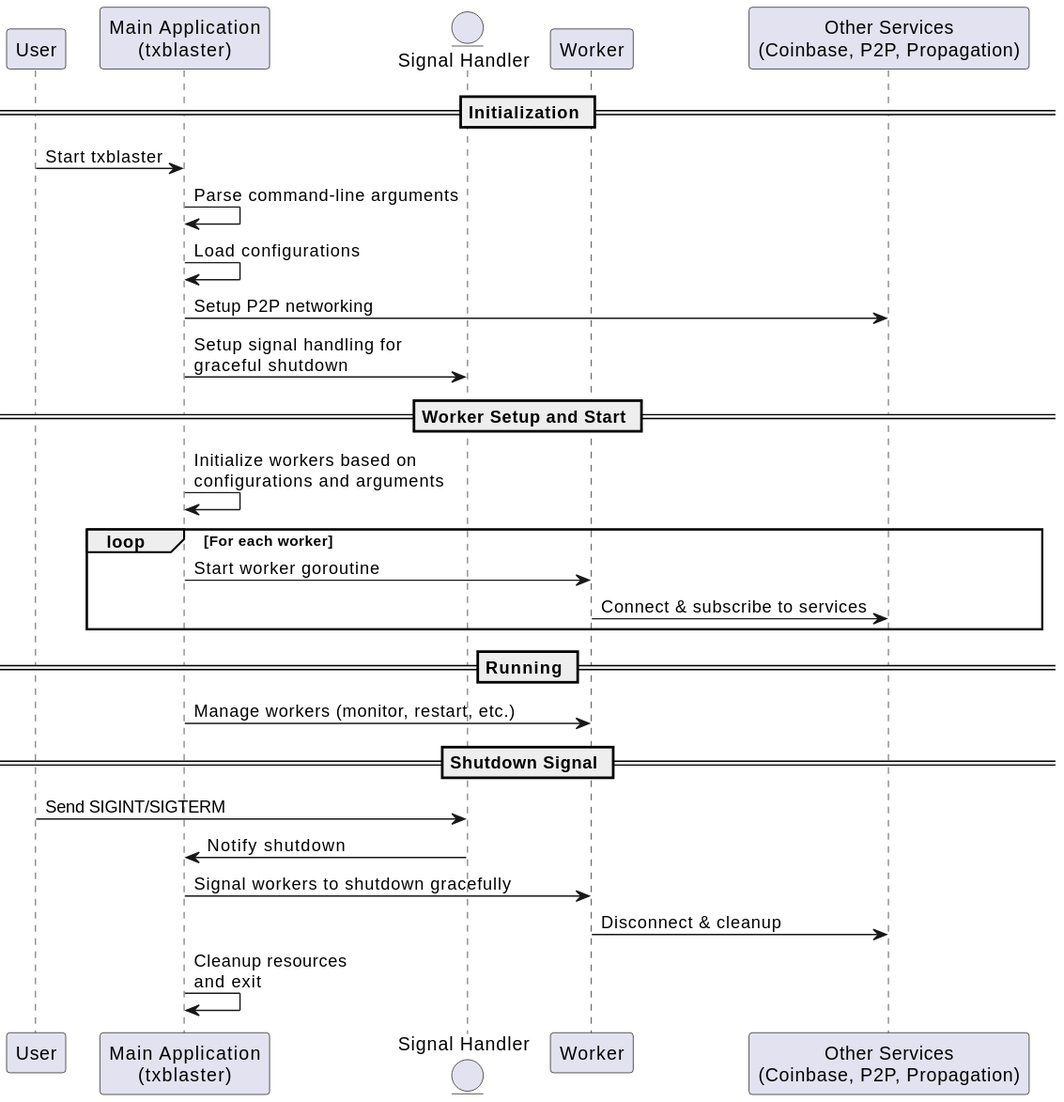
Before: docs/commands/img/plantuml/tx_blaster_main.svg, a diagram exported from PlantUML (freemans13/teranode). Its source is kept beside it as docs/commands/img/plantuml/tx_blaster_main.puml.
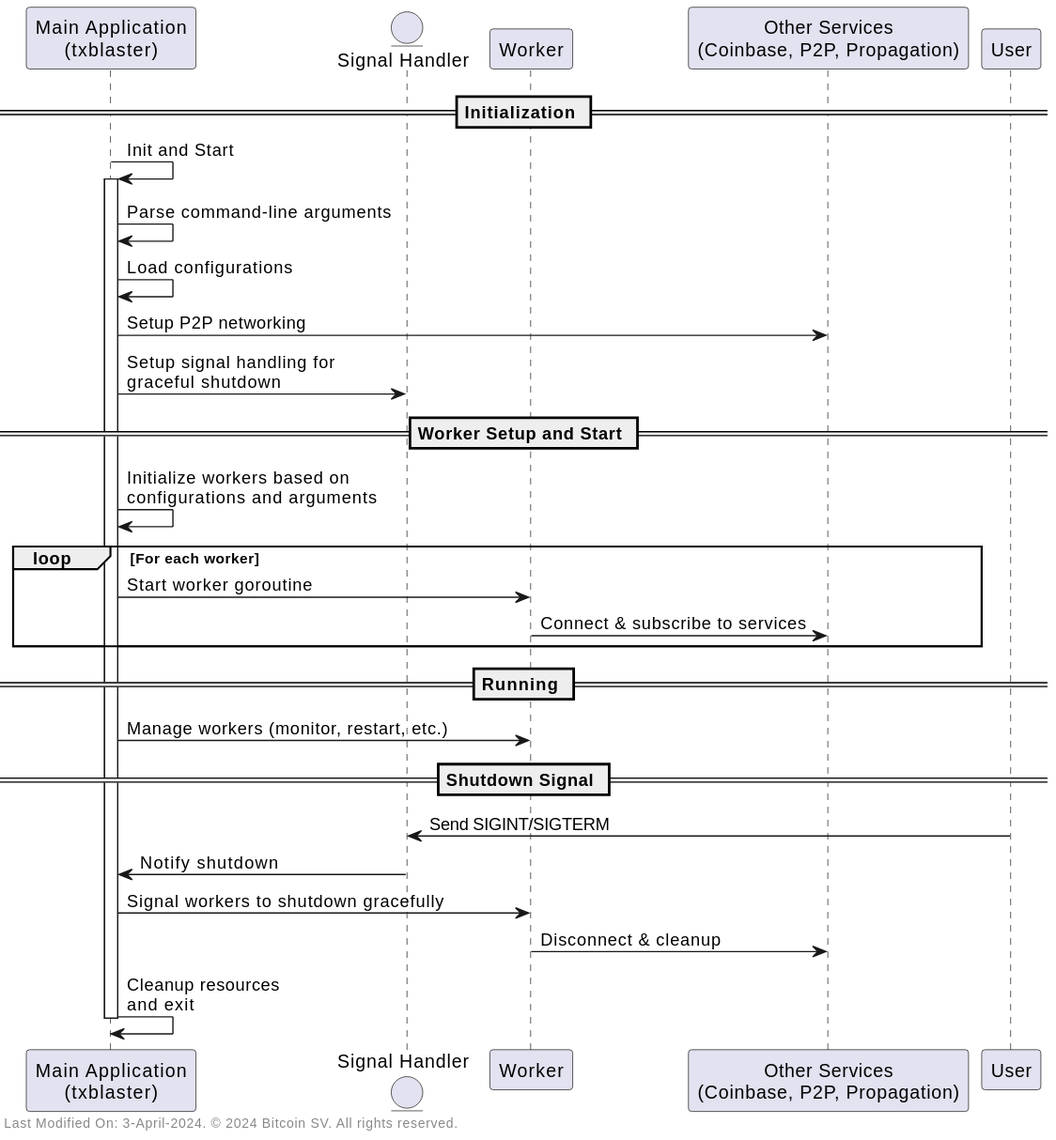
After the commit.

Change to the diagram source:
```diff
@@ -1,13 +1,13 @@
 @startuml txblaster Initialization and Worker Management
 
-participant User
 participant "Main Application\n(txblaster)" as MainApp
 entity "Signal Handler" as SignalHandler
 participant Worker
 participant "Other Services\n(Coinbase, P2P, Propagation)" as ExternalServices
 
 == Initialization ==
-User -> MainApp : Start txblaster
+MainApp -> MainApp : Init and Start
+activate MainApp
 MainApp -> MainApp : Parse command-line arguments
 MainApp -> MainApp : Load configurations
 MainApp -> ExternalServices : Setup P2P networking
@@ -30,4 +30,8 @@
 Worker -> ExternalServices : Disconnect & cleanup
 MainApp -> MainApp : Cleanup resources\nand exit
 
+deactivate MainApp
+
+left footer " Last Modified On: 3-April-2024. © 2024 Bitcoin SV. All rights reserved."
+
 @enduml
```
